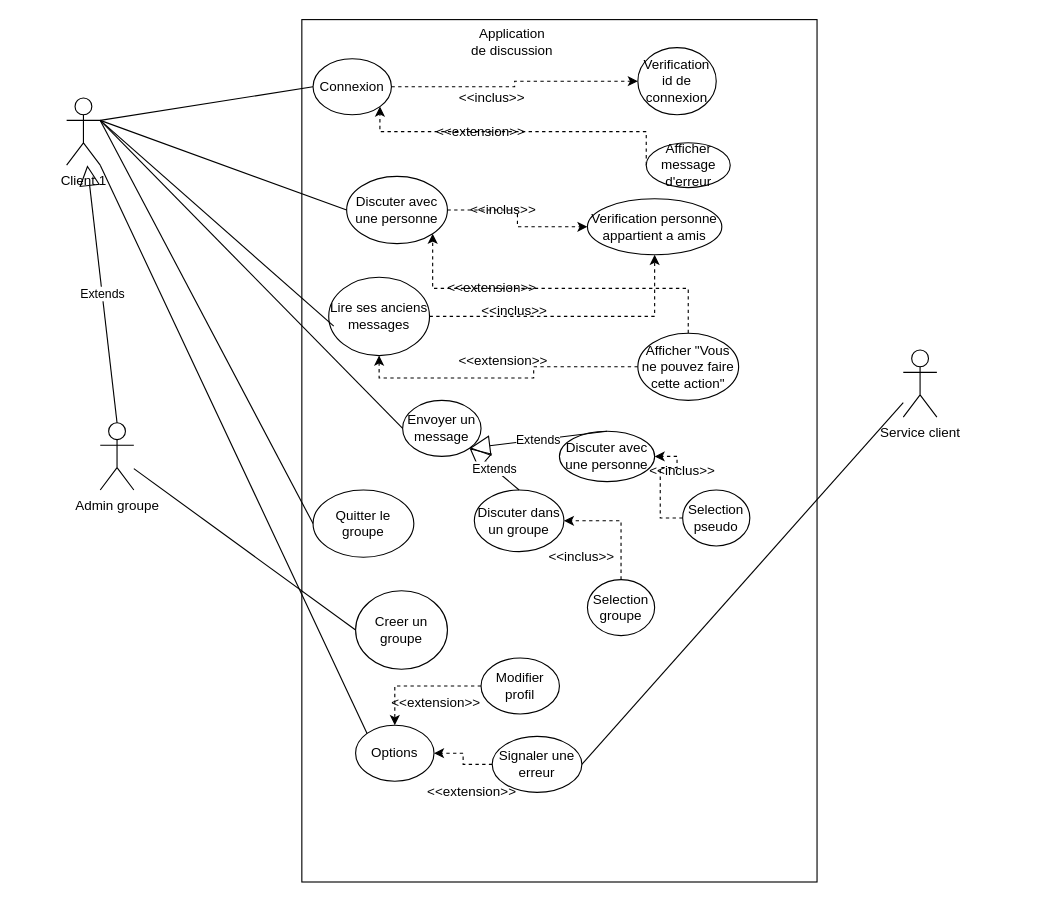
The draw.io diagram page "Page-3" (3 of 4) of cas d'utilisation UML.drawio in MacnHack/ProjetG-nieLogiciel, before the edit. Source tidied: cells renumbered, new cells numbered last; positions are measured from the earlier drawing's top-left corner, leaving out a move shared by most shapes. Both pictures are drawn from the tidied source at 112%, with x=0, y=0 at pixel (66, 19).
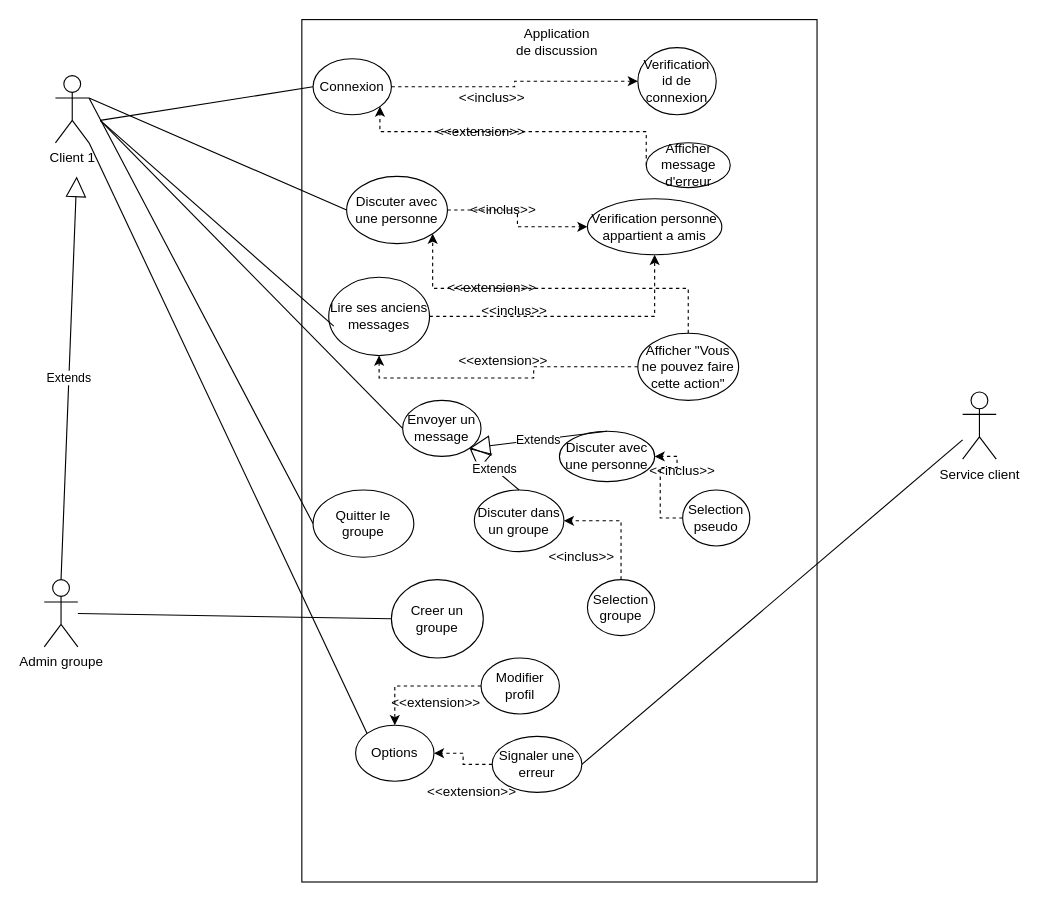
The same page after the edit.

Unchanged cells that the change refers to:
```xml
<mxCell id="37" value="Options" style="ellipse;whiteSpace=wrap;html=1;" parent="1" vertex="1">
  <mxGeometry x="258" y="630" width="70" height="50" as="geometry" />
</mxCell>
```

What changed in the source:
```diff
@@
     <mxCell id="2" value="Client 1" style="shape=umlActor;verticalLabelPosition=bottom;labelBackgroundColor=#ffffff;verticalAlign=top;html=1;outlineConnect=0;" parent="1" vertex="1">
-      <mxGeometry y="70" width="30" height="60" as="geometry" />
+      <mxGeometry x="-10" y="50" width="30" height="60" as="geometry" />
     </mxCell>
@@
     <mxCell id="11" value="Service client&lt;br&gt;" style="shape=umlActor;verticalLabelPosition=bottom;labelBackgroundColor=#ffffff;verticalAlign=top;html=1;outlineConnect=0;" parent="1" vertex="1">
-      <mxGeometry x="747" y="295" width="30" height="60" as="geometry" />
+      <mxGeometry x="800" y="332.5" width="30" height="60" as="geometry" />
     </mxCell>
     <mxCell id="12" value="Application de discussion" style="text;html=1;strokeColor=none;fillColor=none;align=center;verticalAlign=middle;whiteSpace=wrap;rounded=0;" parent="1" vertex="1">
-      <mxGeometry x="360" y="5" width="76" height="30" as="geometry" />
+      <mxGeometry x="400" y="5" width="76" height="30" as="geometry" />
     </mxCell>
     <mxCell id="13" value="Creer un groupe" style="ellipse;whiteSpace=wrap;html=1;" parent="1" vertex="1">
-      <mxGeometry x="258" y="510" width="82" height="70" as="geometry" />
+      <mxGeometry x="290" y="500" width="82" height="70" as="geometry" />
     </mxCell>
@@
     <mxCell id="38" value="Admin groupe" style="shape=umlActor;verticalLabelPosition=bottom;labelBackgroundColor=#ffffff;verticalAlign=top;html=1;outlineConnect=0;" parent="1" vertex="1">
-      <mxGeometry x="30" y="360" width="30" height="60" as="geometry" />
+      <mxGeometry x="-20" y="500" width="30" height="60" as="geometry" />
     </mxCell>
-    <mxCell id="39" value="Extends" style="endArrow=block;endSize=16;endFill=0;html=1;exitX=0.5;exitY=0;exitDx=0;exitDy=0;exitPerimeter=0;" parent="1" edge="1" source="38" target="2">
-      <mxGeometry relative="1" as="geometry" />
+    <mxCell id="39" value="Extends" style="endArrow=block;endSize=16;endFill=0;html=1;exitX=0.5;exitY=0;exitDx=0;exitDy=0;exitPerimeter=0;" parent="1" edge="1" source="38">
+      <mxGeometry relative="1" as="geometry">
+        <mxPoint x="9" y="140" as="targetPoint" />
+      </mxGeometry>
     </mxCell>
@@
-    <mxCell id="47" style="endArrow=none;html=1;entryX=1;entryY=1;entryDx=0;entryDy=0;entryPerimeter=0;exitX=0;exitY=0;exitDx=0;exitDy=0;" parent="1" edge="1" source="37" target="2">
-      <mxGeometry relative="1" as="geometry" />
+    <mxCell id="47" style="endArrow=none;html=1;exitX=0;exitY=0;exitDx=0;exitDy=0;" parent="1" edge="1" source="37">
+      <mxGeometry relative="1" as="geometry">
+        <mxPoint x="20" y="110" as="targetPoint" />
+      </mxGeometry>
     </mxCell>
```
